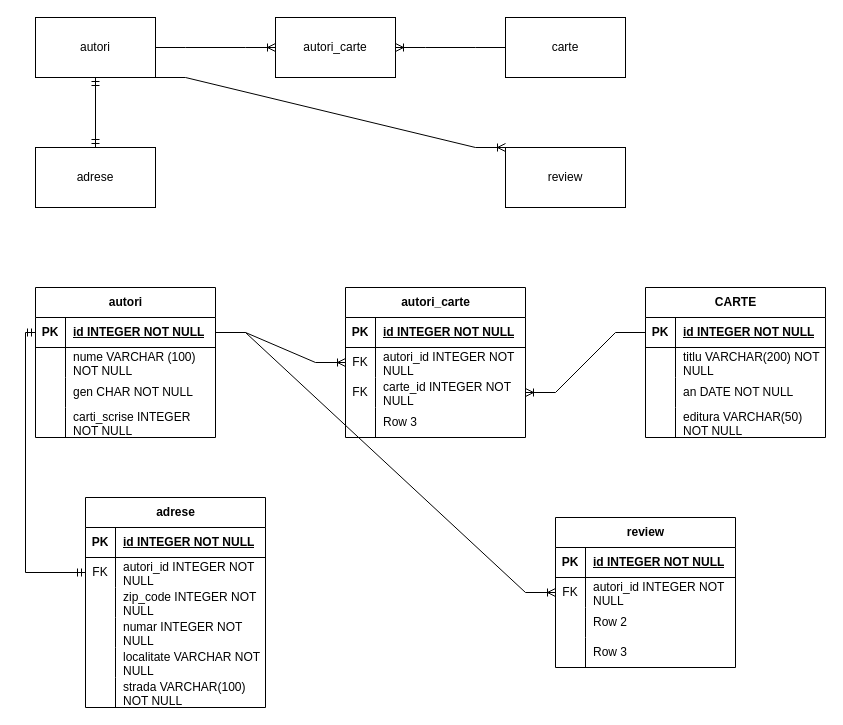
Above: Untitled Diagram.drawio in vitorjurj/modelare_db (draw.io), before the change. Source tidied: cells renumbered, new cells numbered last; positions are measured from the earlier drawing's top-left corner, leaving out a move shared by most shapes. Both pictures are drawn from the tidied source at 100%, with x=0, y=0 at pixel (35, 17).
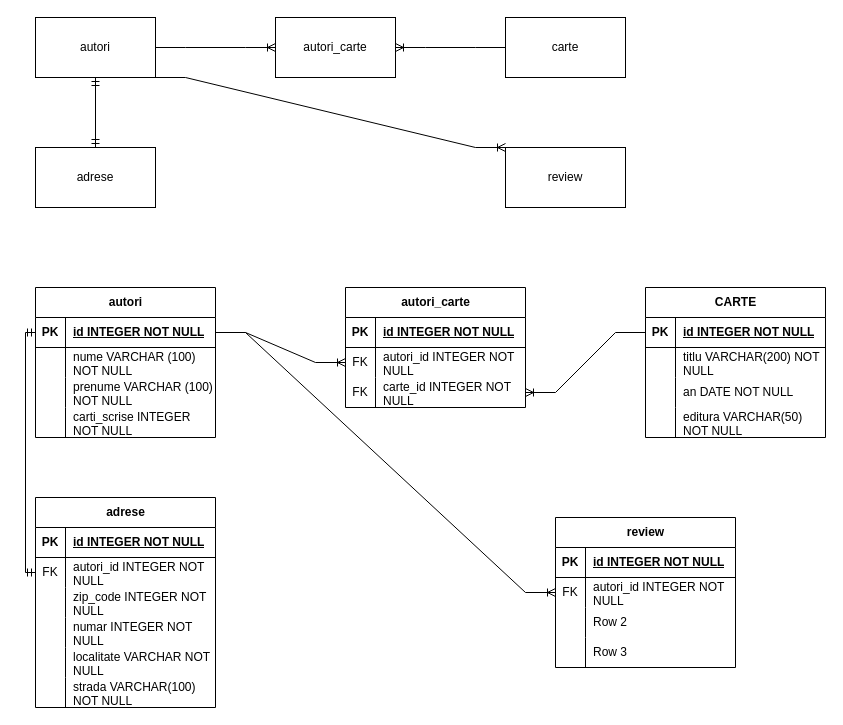
Above is the later version.

Unchanged cells that the change refers to:
```xml
<mxCell id="18" style="shape=tableRow;horizontal=0;startSize=0;swimlaneHead=0;swimlaneBody=0;fillColor=none;top=0;left=0;right=0;bottom=0;" parent="11" vertex="1">
  <mxGeometry y="90" width="180" height="30" as="geometry" />
</mxCell>
```

The edit, as a diff of the source:
```diff
@@
-    <mxCell id="20" value="gen CHAR NOT NULL" style="shape=partialRectangle;fillColor=none;top=0;left=0;bottom=0;right=0;align=left;spacingLeft=6;overflow=hidden;whiteSpace=wrap;html=1;" parent="18" vertex="1">
+    <mxCell id="20" value="prenume VARCHAR (100) NOT NULL" style="shape=partialRectangle;fillColor=none;top=0;left=0;bottom=0;right=0;align=left;spacingLeft=6;overflow=hidden;whiteSpace=wrap;html=1;" parent="18" vertex="1">
       <mxGeometry x="30" width="150" height="30" as="geometry" />
     </mxCell>
@@
     <mxCell id="24" value="autori_carte" style="shape=table;startSize=30;childLayout=tableLayout;rowLines=0;fontStyle=1;align=center;html=1;" parent="1" vertex="1">
-      <mxGeometry x="310" y="270" width="180" height="150" as="geometry" />
+      <mxGeometry x="310" y="270" width="180" height="120" as="geometry" />
     </mxCell>
@@
-    <mxCell id="34" style="shape=tableRow;horizontal=0;startSize=0;swimlaneHead=0;swimlaneBody=0;fillColor=none;top=0;left=0;right=0;bottom=0;" parent="24" vertex="1">
-      <mxGeometry y="120" width="180" height="30" as="geometry" />
-    </mxCell>
-    <mxCell id="35" style="shape=partialRectangle;fillColor=none;top=0;left=0;bottom=0;right=0;overflow=hidden;whiteSpace=wrap;html=1;" parent="34" vertex="1">
-      <mxGeometry width="30" height="30" as="geometry" />
-    </mxCell>
-    <mxCell id="36" value="Row 3" style="shape=partialRectangle;fillColor=none;top=0;left=0;bottom=0;right=0;align=left;spacingLeft=6;overflow=hidden;whiteSpace=wrap;html=1;" parent="34" vertex="1">
-      <mxGeometry x="30" width="150" height="30" as="geometry" />
-    </mxCell>
@@
     <mxCell id="50" value="adrese" style="shape=table;startSize=30;childLayout=tableLayout;rowLines=0;fontStyle=1;align=center;html=1;" parent="1" vertex="1">
-      <mxGeometry x="50" y="480" width="180" height="210" as="geometry" />
+      <mxGeometry y="480" width="180" height="210" as="geometry" />
     </mxCell>
```
